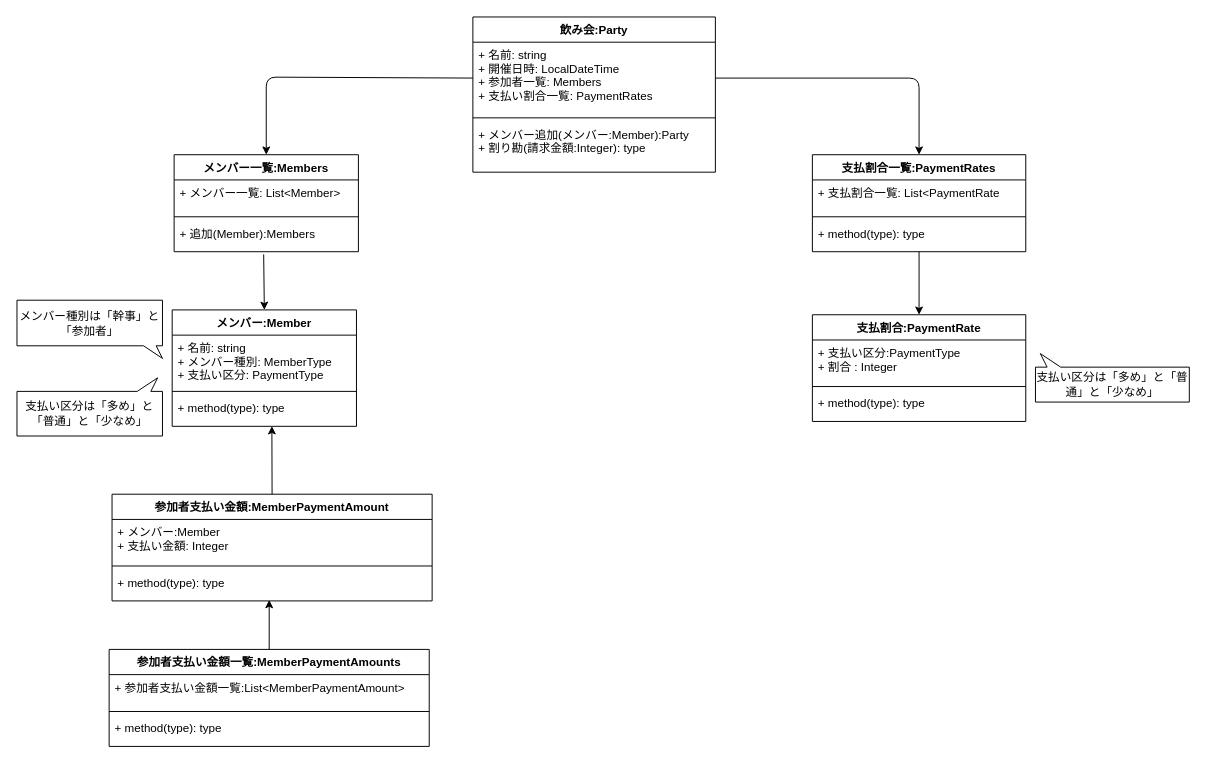
Before: doamin_nagata.drawio in j5ik2o/warikan-domain-java, a draw.io diagram. Source tidied: cells renumbered, new cells numbered last; positions are measured from the earlier drawing's top-left corner, leaving out a move shared by most shapes. Both pictures are drawn from the tidied source at 97%, with x=0, y=0 at pixel (16, 16).
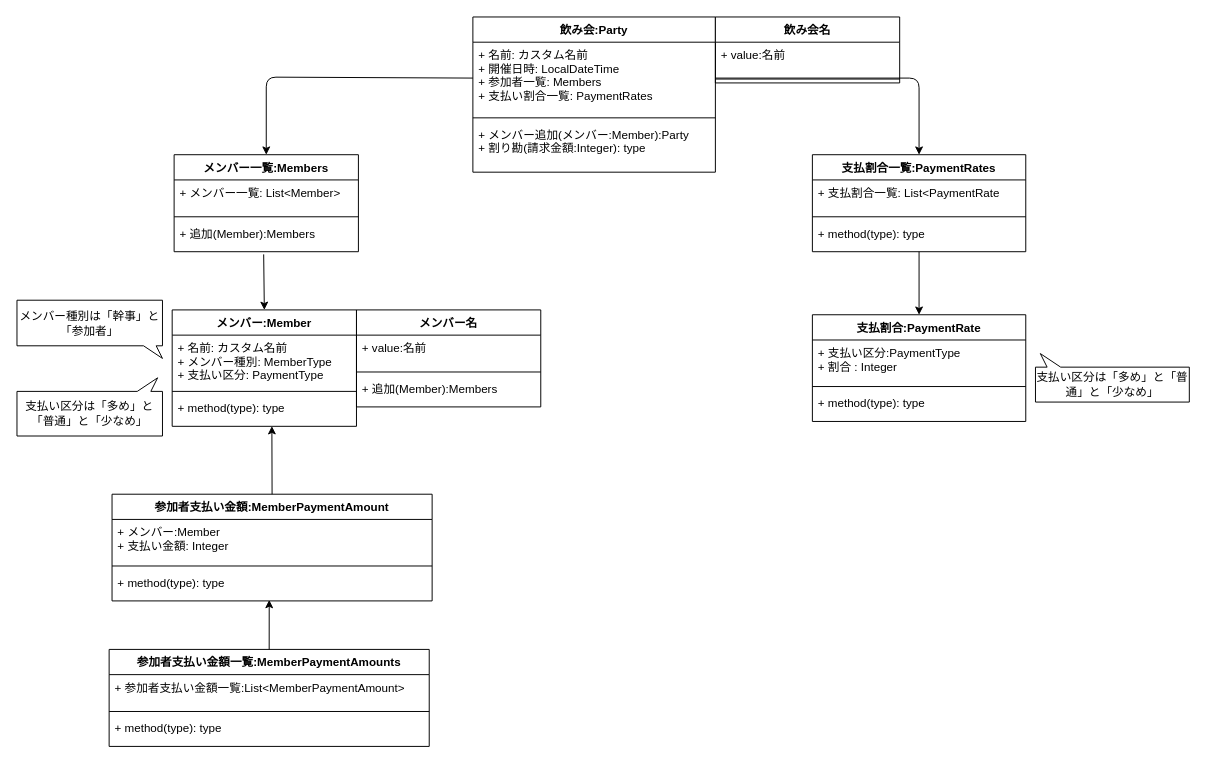
The same page after the edit.

Unchanged cells that the change refers to:
```xml
<mxCell id="2" value="飲み会:Party" style="swimlane;fontStyle=1;align=center;verticalAlign=top;horizontal=1;startSize=26;" parent="1" vertex="1">
  <mxGeometry x="470" width="250" height="160" as="geometry" />
</mxCell>
<mxCell id="7" value="メンバー:Member" style="swimlane;fontStyle=1;align=center;verticalAlign=top;horizontal=1;startSize=26;" parent="6" vertex="1">
  <mxGeometry x="160" y="10" width="190" height="120" as="geometry" />
</mxCell>
```

Change to the diagram source:
```diff
@@
-    <mxCell id="3" value="+ 名前: string&#10;+ 開催日時: LocalDateTime&#10;+ 参加者一覧: Members&#10;+ 支払い割合一覧: PaymentRates" style="text;strokeColor=none;fillColor=none;align=left;verticalAlign=top;spacingLeft=4;spacingRight=4;overflow=hidden;points=[[0,0.5],[1,0.5]];portConstraint=eastwest;" parent="2" vertex="1">
+    <mxCell id="3" value="+ 名前: カスタム名前&#10;+ 開催日時: LocalDateTime&#10;+ 参加者一覧: Members&#10;+ 支払い割合一覧: PaymentRates" style="text;strokeColor=none;fillColor=none;align=left;verticalAlign=top;spacingLeft=4;spacingRight=4;overflow=hidden;points=[[0,0.5],[1,0.5]];portConstraint=eastwest;" parent="2" vertex="1">
       <mxGeometry y="26" width="250" height="74" as="geometry" />
     </mxCell>
@@
-    <mxCell id="8" value="+ 名前: string&#10;+ メンバー種別: MemberType&#10;+ 支払い区分: PaymentType" style="text;strokeColor=none;fillColor=none;align=left;verticalAlign=top;spacingLeft=4;spacingRight=4;overflow=hidden;" parent="7" vertex="1">
+    <mxCell id="8" value="+ 名前: カスタム名前&#10;+ メンバー種別: MemberType&#10;+ 支払い区分: PaymentType" style="text;strokeColor=none;fillColor=none;align=left;verticalAlign=top;spacingLeft=4;spacingRight=4;overflow=hidden;" parent="7" vertex="1">
       <mxGeometry y="26" width="190" height="54" as="geometry" />
     </mxCell>
@@
+    <mxCell id="41" value="メンバー名" style="swimlane;fontStyle=1;align=center;verticalAlign=top;horizontal=1;startSize=26;" parent="1" vertex="1">
+      <mxGeometry x="350" y="302" width="190" height="100" as="geometry" />
+    </mxCell>
+    <mxCell id="42" value="+ value:名前" style="text;strokeColor=none;fillColor=none;align=left;verticalAlign=top;spacingLeft=4;spacingRight=4;overflow=hidden;" parent="41" vertex="1">
+      <mxGeometry y="26" width="190" height="34" as="geometry" />
+    </mxCell>
+    <mxCell id="43" style="line;strokeWidth=1;fillColor=none;align=left;verticalAlign=middle;spacingTop=-1;spacingLeft=3;spacingRight=3;labelPosition=right;" parent="41" vertex="1">
+      <mxGeometry y="60" width="190" height="8" as="geometry" />
+    </mxCell>
+    <mxCell id="44" value="+ 追加(Member):Members" style="text;strokeColor=none;fillColor=none;align=left;verticalAlign=top;spacingLeft=4;spacingRight=4;overflow=hidden;" parent="41" vertex="1">
+      <mxGeometry y="68" width="190" height="32" as="geometry" />
+    </mxCell>
+    <mxCell id="45" value="飲み会名" style="swimlane;fontStyle=1;align=center;verticalAlign=top;horizontal=1;startSize=26;" parent="1" vertex="1">
+      <mxGeometry x="720" width="190" height="68" as="geometry" />
+    </mxCell>
+    <mxCell id="46" value="+ value:名前" style="text;strokeColor=none;fillColor=none;align=left;verticalAlign=top;spacingLeft=4;spacingRight=4;overflow=hidden;" parent="45" vertex="1">
+      <mxGeometry y="26" width="190" height="34" as="geometry" />
+    </mxCell>
+    <mxCell id="47" style="line;strokeWidth=1;fillColor=none;align=left;verticalAlign=middle;spacingTop=-1;spacingLeft=3;spacingRight=3;labelPosition=right;" parent="45" vertex="1">
+      <mxGeometry y="60" width="190" height="8" as="geometry" />
+    </mxCell>
```
